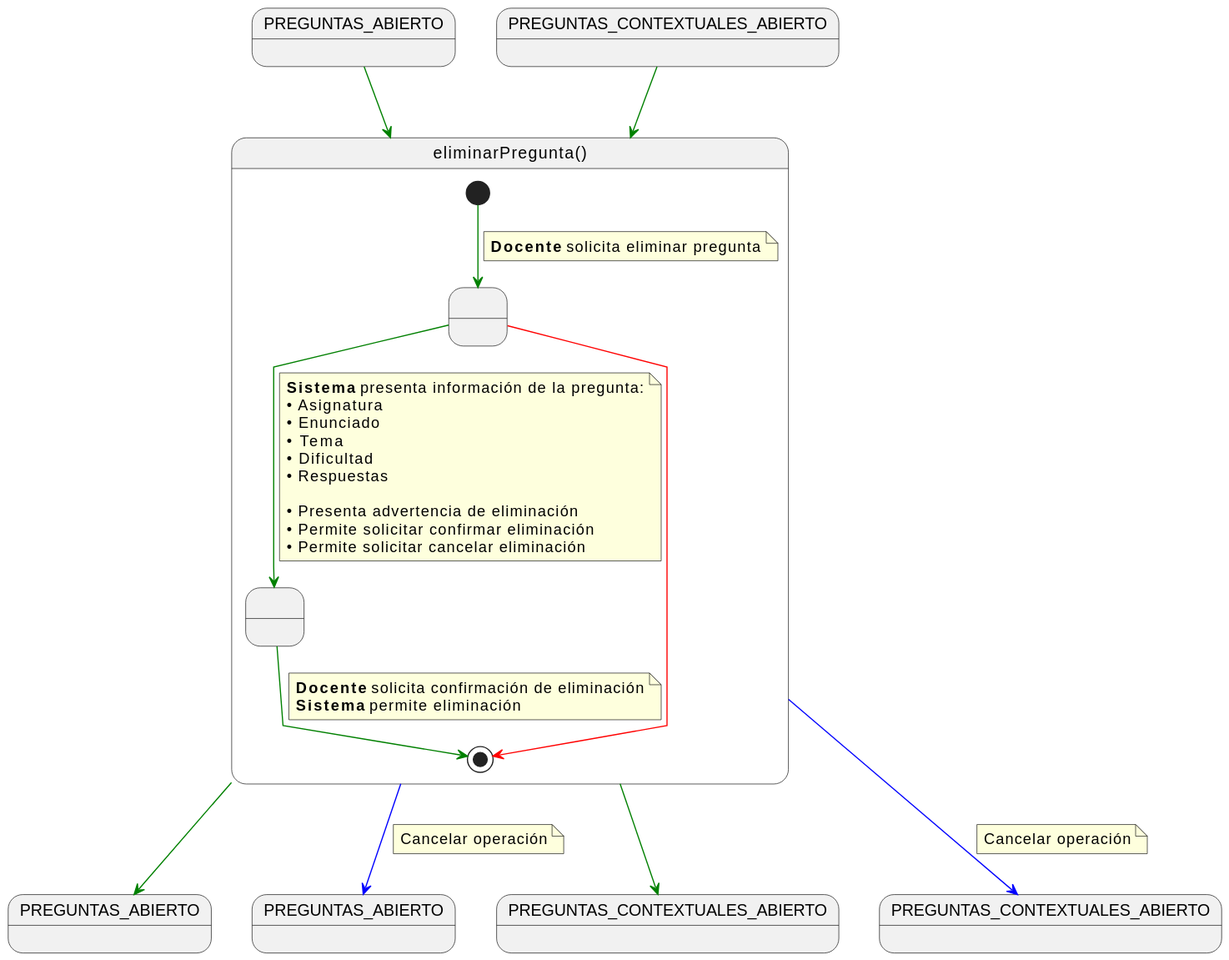
Before: documents/casos-de-uso/detalladoCasosDeUso/eliminarPregunta/eliminarPregunta.svg, a diagram exported from PlantUML (martinlopez7/25-26-IdSw1-SdR).
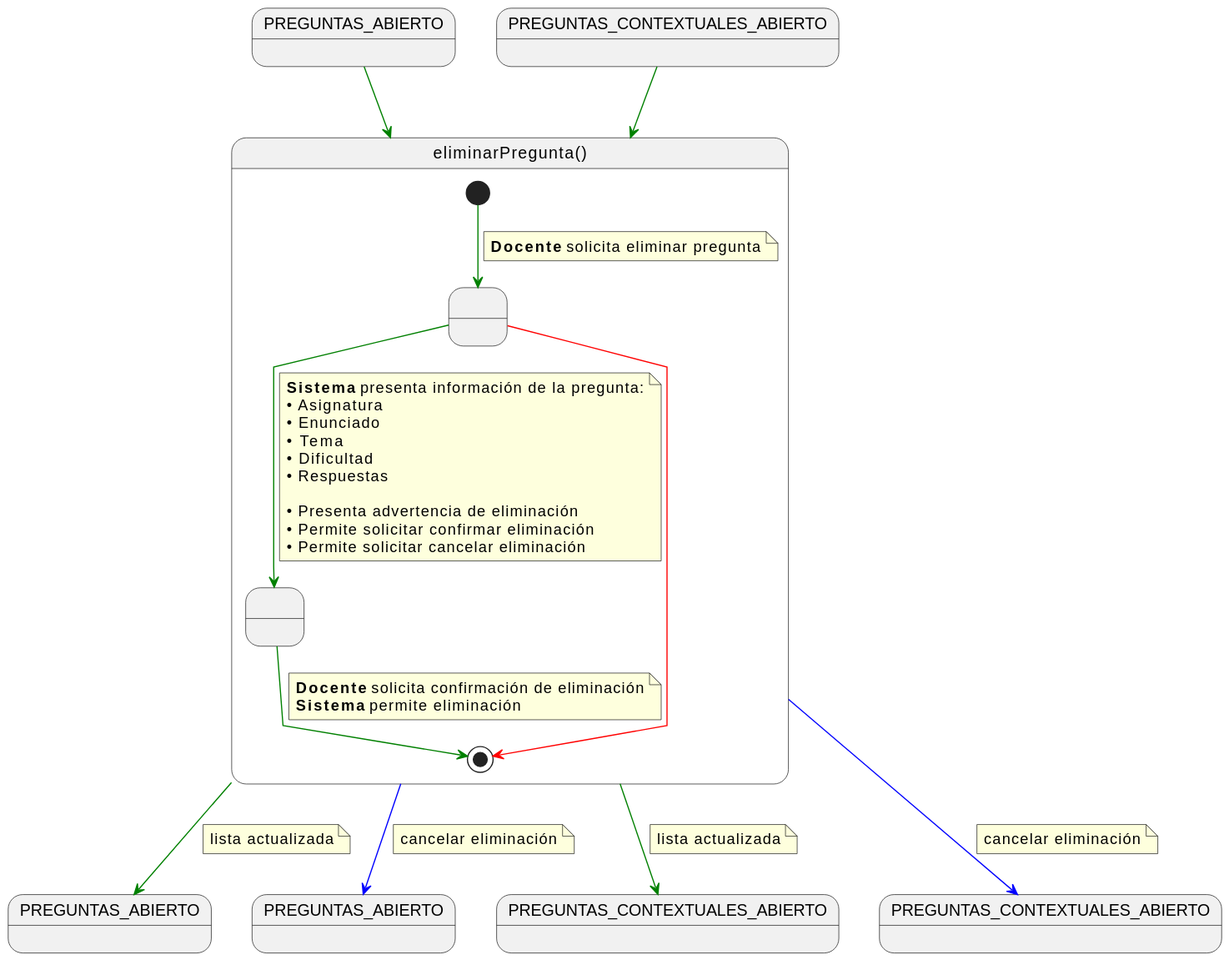
The same file after the commit.

What changed in the source:
```diff
@@ -46,17 +46,23 @@
 
 
 eliminarPregunta -[#green]-> PREGUNTAS_ABIERTO2
+note on link
+lista actualizada
+end note
 
 eliminarPregunta -[#blue]-> PREGUNTAS_ABIERTO3
 note on link
-Cancelar operación
+cancelar eliminación
 end note
 
 
 eliminarPregunta -[#green]-> PREGUNTAS_CONTEXTUALES_ABIERTO2
+note on link
+lista actualizada
+end note
 
 eliminarPregunta -[#blue]-> PREGUNTAS_CONTEXTUALES_ABIERTO3
 note on link
-Cancelar operación
+cancelar eliminación
 end note
 @enduml
```
